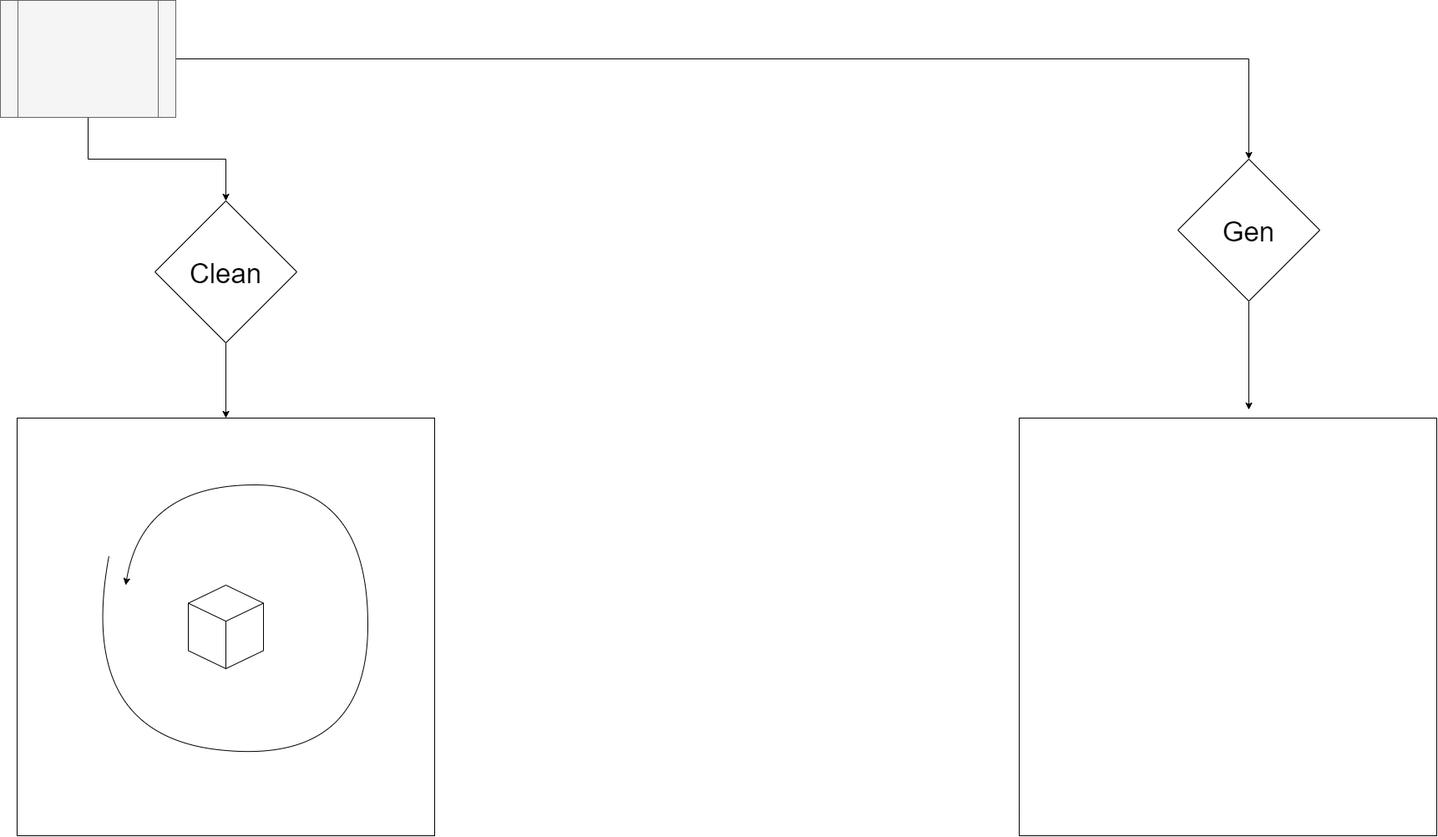
Before: Roads.png, a diagram exported from draw.io (NonUKry/KoruRoads). Source tidied: cells renumbered, new cells last; positions are measured from the earlier drawing's top-left corner, leaving out a move shared by most shapes.
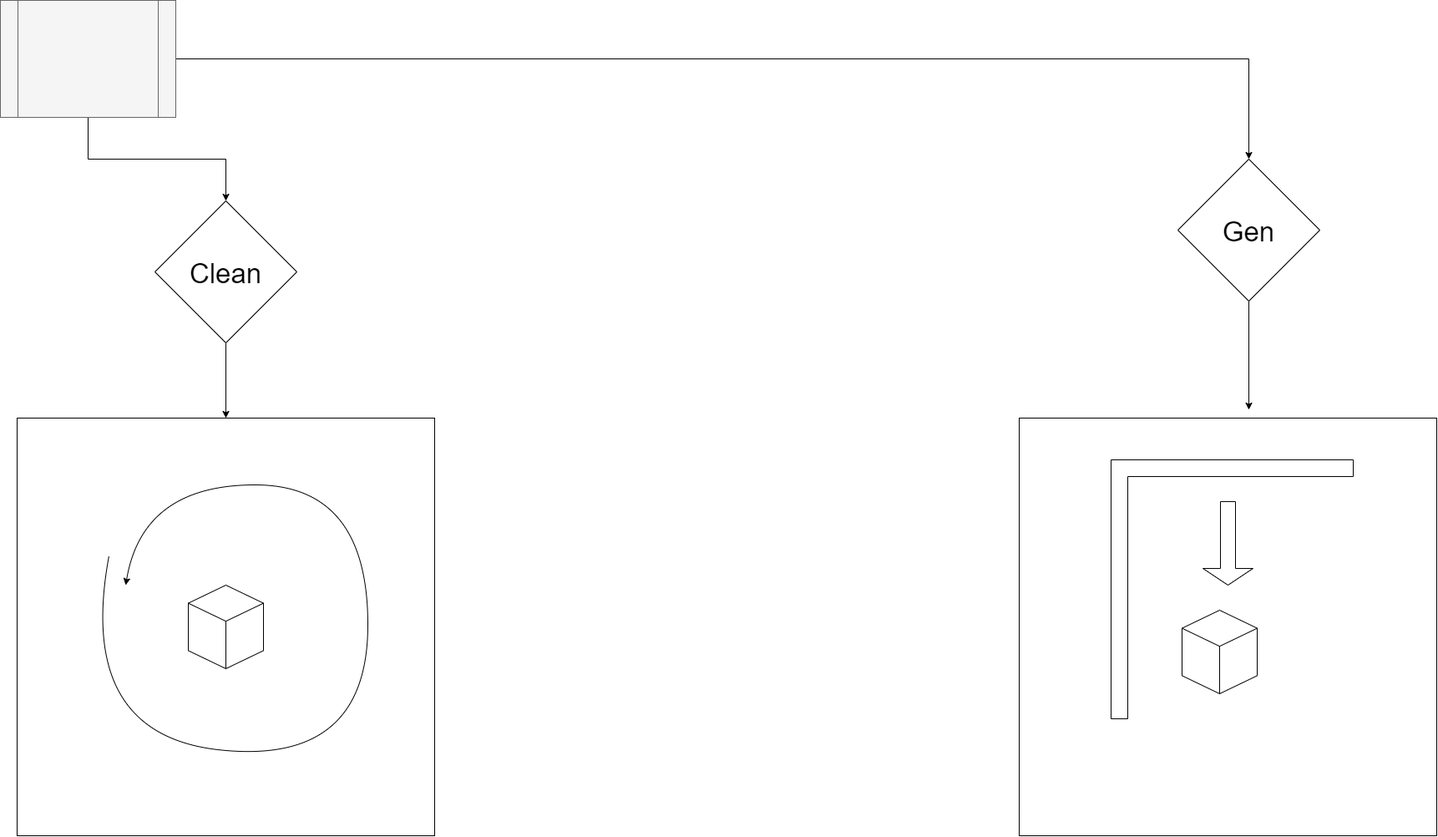
Above is the later version.

Diff of the diagram source:
```diff
@@ -52,5 +52,14 @@
         </Array>
       </mxGeometry>
     </mxCell>
+    <mxCell id="15" style="html=1;whiteSpace=wrap;shape=isoCube2;backgroundOutline=1;isoAngle=15;fontSize=33;direction=east;" parent="1" vertex="1">
+      <mxGeometry x="1415" y="730" width="90" height="100" as="geometry" />
+    </mxCell>
+    <mxCell id="16" style="shape=singleArrow;direction=south;whiteSpace=wrap;html=1;fontSize=33;" parent="1" vertex="1">
+      <mxGeometry x="1440" y="600" width="60" height="100" as="geometry" />
+    </mxCell>
+    <mxCell id="17" style="shape=corner;whiteSpace=wrap;html=1;fontSize=33;" parent="1" vertex="1">
+      <mxGeometry x="1330" y="550" width="290" height="310" as="geometry" />
+    </mxCell>
   </root>
 </mxGraphModel>
```
